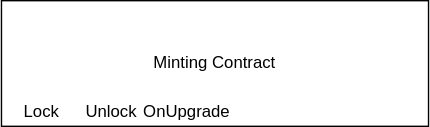
Before: 未命名绘图.drawio.svg, a diagram exported from draw.io (iwanwang-0/doc). Source tidied: cells renumbered, new cells last; positions are measured from the earlier drawing's top-left corner, leaving out a move shared by most shapes.
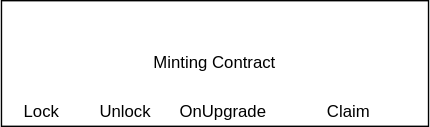
Later version of the same file.

Diff of the diagram source:
```diff
@@ -9,10 +9,13 @@
       <mxGeometry x="9" y="70" width="40" height="20" as="geometry" />
     </mxCell>
     <mxCell id="4" value="Unlock" style="text;html=1;align=center;verticalAlign=middle;whiteSpace=wrap;rounded=0;" parent="1" vertex="1">
-      <mxGeometry x="59" y="70" width="40" height="20" as="geometry" />
+      <mxGeometry x="69" y="70" width="40" height="20" as="geometry" />
     </mxCell>
     <mxCell id="5" value="OnUpgrade" style="text;html=1;align=center;verticalAlign=middle;whiteSpace=wrap;rounded=0;" parent="1" vertex="1">
-      <mxGeometry x="112.5" y="70" width="40" height="20" as="geometry" />
+      <mxGeometry x="139" y="70" width="40" height="20" as="geometry" />
     </mxCell>
+    <mxCell id="6" value="Claim" style="text;html=1;align=center;verticalAlign=middle;whiteSpace=wrap;rounded=0;" parent="1" vertex="1">
+      <mxGeometry x="229" y="70" width="40" height="20" as="geometry" />
+    </mxCell>
   </root>
 </mxGraphModel>
```
